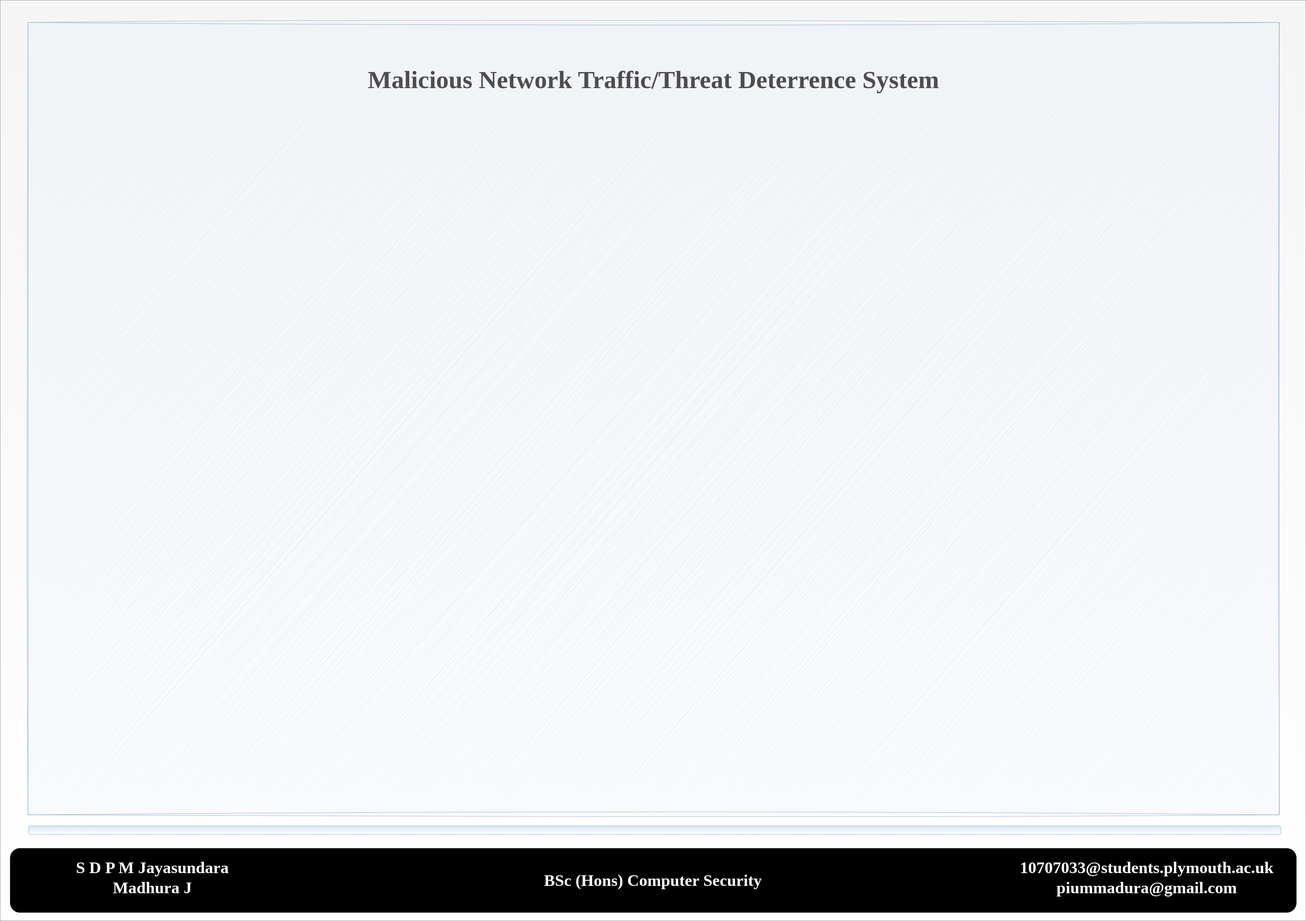
Earlier version of the draw.io export Test case 1/Untitled Diagram.drawio.svg (MaduraJ/Network-traffic-data-Visualization-tool-for-pfsense). Source tidied: cells renumbered, new cells last; positions are measured from the earlier drawing's top-left corner, leaving out a move shared by most shapes.
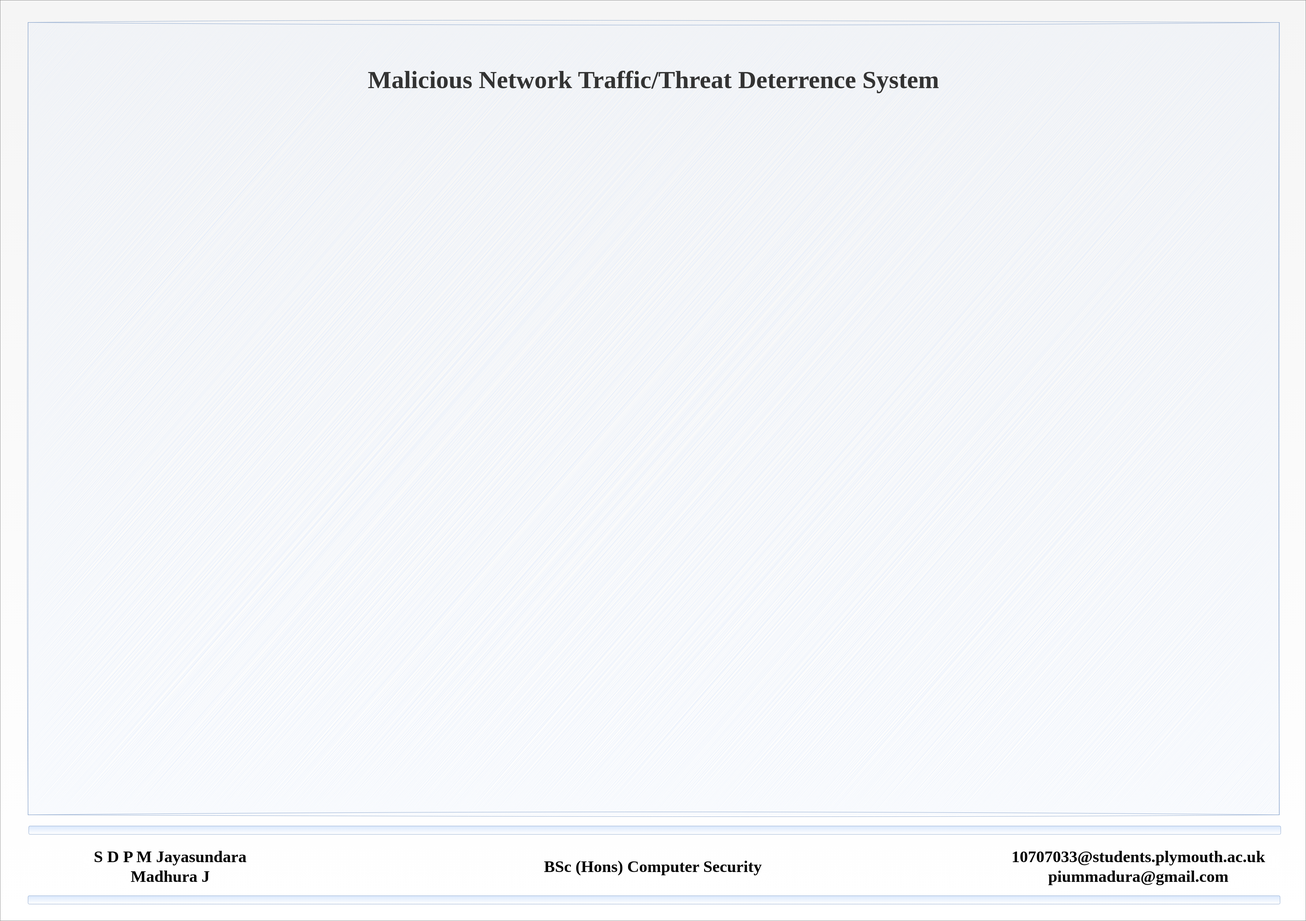
After the change.

What changed in the source:
```diff
@@ -11,23 +11,29 @@
     <mxCell id="4" style="rounded=0;whiteSpace=wrap;html=1;fillColor=#dae8fc;strokeColor=#6c8ebf;gradientColor=#ffffff;sketch=1;fillStyle=hachure;" parent="1" vertex="1">
       <mxGeometry x="100" y="80" width="4484.8" height="2840" as="geometry" />
     </mxCell>
-    <mxCell id="5" style="group;" parent="1" vertex="1">
-      <mxGeometry x="36" y="3030" width="4610" height="240" as="geometry" />
-    </mxCell>
-    <mxCell id="6" style="rounded=1;whiteSpace=wrap;html=1;fillColor=#000000;gradientColor=none;gradientDirection=north;" parent="5" vertex="1">
-      <mxGeometry y="10" width="4610" height="230" as="geometry" />
-    </mxCell>
+    <mxCell id="10" value="&lt;h1 style=&quot;&quot;&gt;&lt;font style=&quot;font-size: 90px;&quot; face=&quot;Times New Roman&quot;&gt;Malicious Network Traffic/Threat Deterrence System&lt;/font&gt;&lt;/h1&gt;" style="text;html=1;spacing=5;spacingTop=-20;whiteSpace=wrap;overflow=hidden;rounded=0;sketch=1;fillStyle=cross-hatch;fontSize=59;align=center;verticalAlign=middle;fontColor=#333333;" parent="1" vertex="1">
+      <mxGeometry x="1042.4" y="140" width="2600" height="220" as="geometry" />
+    </mxCell>
-    <mxCell id="7" value="&lt;div&gt;&lt;b&gt;S D P M Jayasundara&lt;/b&gt;&lt;/div&gt;&lt;div&gt;&lt;b&gt;Madhura J&lt;br&gt;&lt;/b&gt;&lt;/div&gt;" style="text;html=1;strokeColor=none;fillColor=none;align=center;verticalAlign=middle;whiteSpace=wrap;rounded=0;fontFamily=Times New Roman;fontSize=59;fontColor=#FFFFFF;horizontal=1;" parent="5" vertex="1">
-      <mxGeometry width="1020" height="230" as="geometry" />
+    <mxCell id="7" value="&lt;div&gt;&lt;b&gt;S D P M Jayasundara&lt;/b&gt;&lt;/div&gt;&lt;div&gt;&lt;b&gt;Madhura J&lt;br&gt;&lt;/b&gt;&lt;/div&gt;" style="text;html=1;strokeColor=none;fillColor=none;align=center;verticalAlign=middle;whiteSpace=wrap;rounded=0;fontFamily=Times New Roman;fontSize=59;fontColor=#FFFFFF;horizontal=1;" parent="1" vertex="1">
+      <mxGeometry x="60" y="3010" width="1020" height="230" as="geometry" />
     </mxCell>
-    <mxCell id="8" value="&lt;b&gt;BSc (Hons) Computer Security&lt;br&gt;&lt;/b&gt;" style="text;html=1;strokeColor=none;fillColor=none;align=center;verticalAlign=middle;whiteSpace=wrap;rounded=0;fontFamily=Times New Roman;fontSize=59;fontColor=#FFFFFF;horizontal=1;" parent="5" vertex="1">
-      <mxGeometry x="1794" y="10" width="1020" height="230" as="geometry" />
+    <mxCell id="8" value="&lt;b&gt;BSc (Hons) Computer Security&lt;br&gt;&lt;/b&gt;" style="text;html=1;strokeColor=none;fillColor=none;align=center;verticalAlign=middle;whiteSpace=wrap;rounded=0;fontFamily=Times New Roman;fontSize=59;fontColor=#FFFFFF;horizontal=1;" parent="1" vertex="1">
+      <mxGeometry x="1854" y="3020" width="1020" height="230" as="geometry" />
     </mxCell>
-    <mxCell id="9" value="&lt;div&gt;&lt;b&gt;10707033@students.plymouth.ac.uk&lt;/b&gt;&lt;/div&gt;&lt;div&gt;&lt;b&gt;piummadura@gmail.com&lt;br&gt;&lt;/b&gt;&lt;/div&gt;" style="text;html=1;strokeColor=none;fillColor=none;align=center;verticalAlign=middle;whiteSpace=wrap;rounded=0;fontFamily=Times New Roman;fontSize=59;fontColor=#FFFFFF;horizontal=1;" parent="5" vertex="1">
-      <mxGeometry x="3564" width="1020" height="230" as="geometry" />
+    <mxCell id="9" value="&lt;div&gt;&lt;b&gt;10707033@students.plymouth.ac.uk&lt;/b&gt;&lt;/div&gt;&lt;div&gt;&lt;b&gt;piummadura@gmail.com&lt;br&gt;&lt;/b&gt;&lt;/div&gt;" style="text;html=1;strokeColor=none;fillColor=none;align=center;verticalAlign=middle;whiteSpace=wrap;rounded=0;fontFamily=Times New Roman;fontSize=59;fontColor=#FFFFFF;horizontal=1;" parent="1" vertex="1">
+      <mxGeometry x="3624" y="3010" width="1020" height="230" as="geometry" />
     </mxCell>
-    <mxCell id="10" value="&lt;h1 style=&quot;&quot;&gt;&lt;font style=&quot;font-size: 90px;&quot; face=&quot;Times New Roman&quot;&gt;Malicious Network Traffic/Threat Deterrence System&lt;/font&gt;&lt;/h1&gt;" style="text;html=1;spacing=5;spacingTop=-20;whiteSpace=wrap;overflow=hidden;rounded=0;sketch=1;fillStyle=cross-hatch;fontSize=59;align=center;verticalAlign=middle;fontColor=#4D4D4D;" parent="1" vertex="1">
-      <mxGeometry x="1042.4" y="140" width="2600" height="220" as="geometry" />
-    </mxCell>
+    <mxCell id="11" value="&lt;b&gt;BSc (Hons) Computer Security&lt;br&gt;&lt;/b&gt;" style="text;html=1;strokeColor=none;fillColor=none;align=center;verticalAlign=middle;whiteSpace=wrap;rounded=0;fontFamily=Times New Roman;fontSize=59;fontColor=#000000;horizontal=1;" parent="1" vertex="1">
+      <mxGeometry x="1830" y="2990" width="1020" height="230" as="geometry" />
+    </mxCell>
+    <mxCell id="12" value="&lt;div&gt;&lt;b&gt;10707033@students.plymouth.ac.uk&lt;/b&gt;&lt;/div&gt;&lt;div&gt;&lt;b&gt;piummadura@gmail.com&lt;br&gt;&lt;/b&gt;&lt;/div&gt;" style="text;html=1;strokeColor=none;fillColor=none;align=center;verticalAlign=middle;whiteSpace=wrap;rounded=0;fontFamily=Times New Roman;fontSize=59;fontColor=#000000;horizontal=1;" parent="1" vertex="1">
+      <mxGeometry x="3570" y="2990" width="1020" height="230" as="geometry" />
+    </mxCell>
+    <mxCell id="13" value="&lt;div&gt;&lt;b&gt;S D P M Jayasundara&lt;/b&gt;&lt;/div&gt;&lt;div&gt;&lt;b&gt;Madhura J&lt;br&gt;&lt;/b&gt;&lt;/div&gt;" style="text;html=1;strokeColor=none;fillColor=none;align=center;verticalAlign=middle;whiteSpace=wrap;rounded=0;fontFamily=Times New Roman;fontSize=59;fontColor=#000000;horizontal=1;" parent="1" vertex="1">
+      <mxGeometry x="100" y="2990" width="1020" height="230" as="geometry" />
+    </mxCell>
+    <mxCell id="14" style="rounded=1;whiteSpace=wrap;html=1;fontFamily=Times New Roman;fontSize=59;fillColor=#dae8fc;strokeColor=#6c8ebf;gradientColor=#ffffff;" parent="1" vertex="1">
+      <mxGeometry x="100" y="3210" width="4487.5" height="30" as="geometry" />
+    </mxCell>
   </root>
 </mxGraphModel>
```
